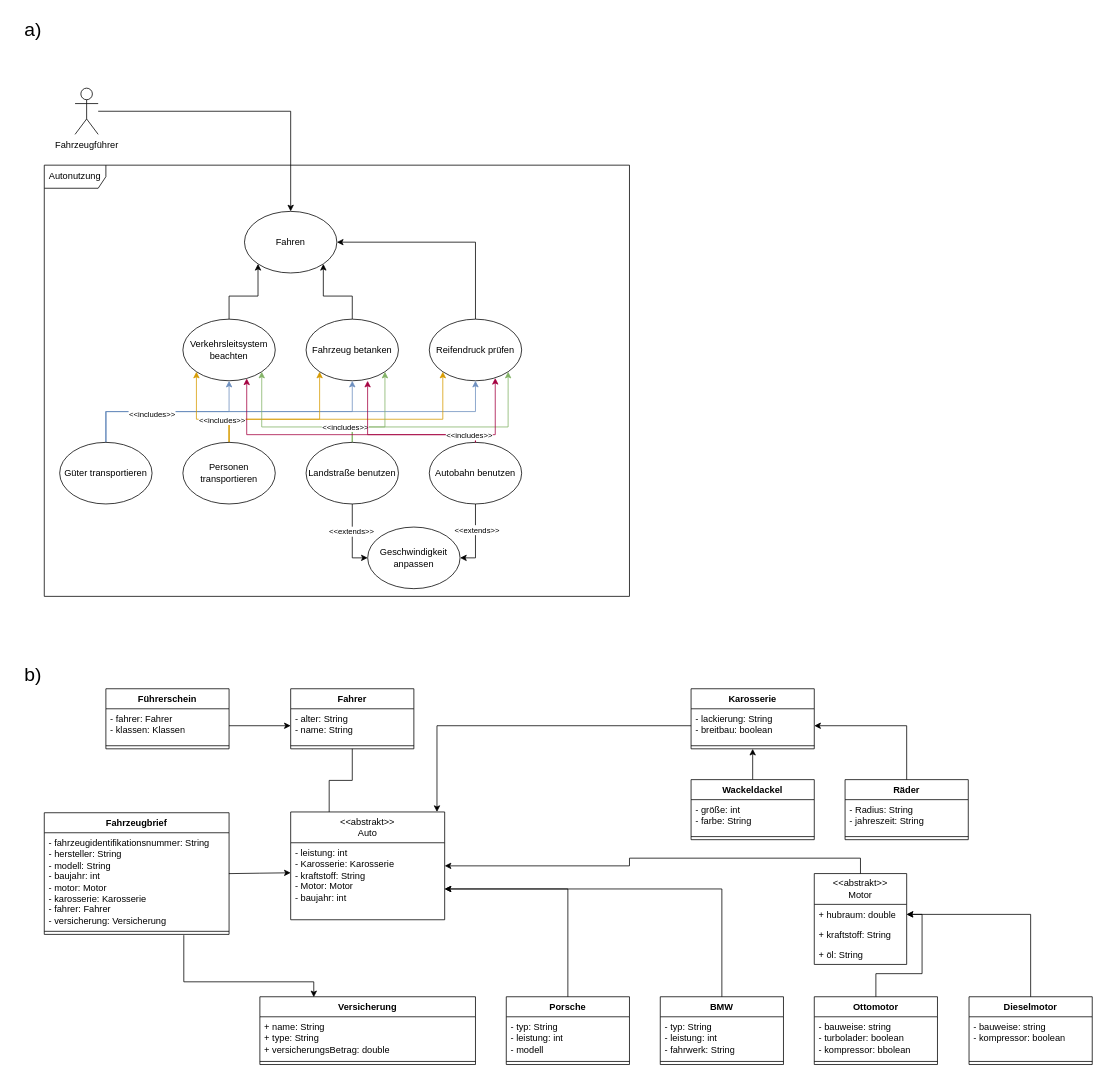
Earlier version of the draw.io diagram 06-09 Anwendungsfalldiagramm und Aktivitätsdiagramm/Aufgabe07/Aufgabe07.drawio (R4Tobi/modellierung). Source tidied: cells renumbered, new cells numbered last; positions are measured from the earlier drawing's top-left corner, leaving out a move shared by most shapes. Both pictures are drawn from the tidied source at 77%, with x=0, y=0 at pixel (13, 13).
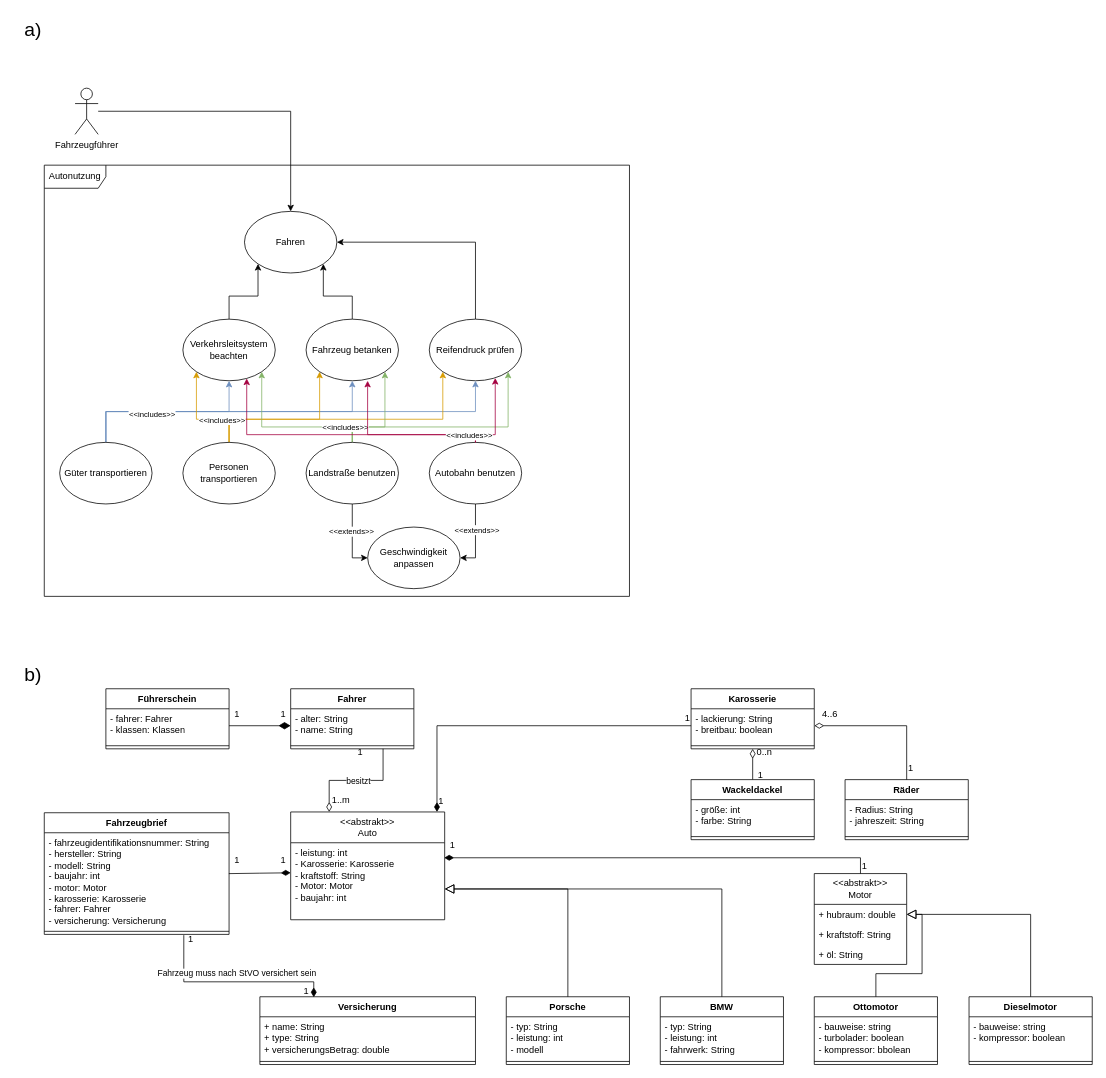
The same page after the edit.

Unchanged cells that the change refers to:
```xml
<mxCell id="43" value="- fahrzeugidentifikationsnummer: String&lt;br&gt;- hersteller: String&lt;br&gt;- modell: String&lt;br&gt;- baujahr: int&lt;br&gt;- motor: Motor&lt;br&gt;- karosserie: Karosserie&lt;br&gt;- fahrer: Fahrer&lt;br&gt;- versicherung: Versicherung   " style="text;strokeColor=none;fillColor=none;align=left;verticalAlign=top;spacingLeft=4;spacingRight=4;overflow=hidden;points=[[0,0.5],[1,0.5]];portConstraint=eastwest;whiteSpace=wrap;html=1;" parent="42" vertex="1">
  <mxGeometry y="26" width="240" height="124" as="geometry" />
</mxCell>
<mxCell id="45" value="Porsche" style="swimlane;fontStyle=1;align=center;verticalAlign=top;horizontal=1;startSize=26;whiteSpace=wrap;html=1;" parent="1" vertex="1">
  <mxGeometry x="640" y="1277" width="160" height="88" as="geometry" />
</mxCell>
<mxCell id="49" value="- fahrer: Fahrer&lt;br&gt;- klassen: Klassen" style="text;strokeColor=none;fillColor=none;align=left;verticalAlign=top;spacingLeft=4;spacingRight=4;overflow=hidden;points=[[0,0.5],[1,0.5]];portConstraint=eastwest;whiteSpace=wrap;html=1;" parent="48" vertex="1">
  <mxGeometry y="26" width="160" height="44" as="geometry" />
</mxCell>
<mxCell id="51" value="BMW" style="swimlane;fontStyle=1;align=center;verticalAlign=top;horizontal=1;startSize=26;whiteSpace=wrap;html=1;" parent="1" vertex="1">
  <mxGeometry x="840" y="1277" width="160" height="88" as="geometry" />
</mxCell>
<mxCell id="58" value="&amp;lt;&amp;lt;abstrakt&amp;gt;&amp;gt;&lt;br&gt;Auto" style="swimlane;fontStyle=0;horizontal=1;startSize=40;fillColor=none;whiteSpace=wrap;html=1;" parent="1" vertex="1">
  <mxGeometry x="360" y="1037" width="200" height="140" as="geometry" />
</mxCell>
<mxCell id="59" value="- leistung: int&lt;br&gt;- Karosserie: Karosserie&lt;br&gt;- kraftstoff: String&lt;br&gt;- Motor: Motor&lt;br&gt;- baujahr: int" style="text;strokeColor=none;fillColor=none;align=left;verticalAlign=top;spacingLeft=4;spacingRight=4;overflow=hidden;points=[[0,0.5],[1,0.5]];portConstraint=eastwest;whiteSpace=wrap;html=1;" parent="58" vertex="1">
  <mxGeometry y="40" width="200" height="100" as="geometry" />
</mxCell>
<mxCell id="60" value="&amp;lt;&amp;lt;abstrakt&amp;gt;&amp;gt;&lt;br&gt;Motor" style="swimlane;fontStyle=0;horizontal=1;startSize=40;fillColor=none;whiteSpace=wrap;html=1;" parent="1" vertex="1">
  <mxGeometry x="1040" y="1117" width="120" height="118" as="geometry" />
</mxCell>
<mxCell id="61" value="+ hubraum: double" style="text;strokeColor=none;fillColor=none;align=left;verticalAlign=top;spacingLeft=4;spacingRight=4;overflow=hidden;points=[[0,0.5],[1,0.5]];portConstraint=eastwest;whiteSpace=wrap;html=1;" parent="60" vertex="1">
  <mxGeometry y="40" width="120" height="26" as="geometry" />
</mxCell>
<mxCell id="64" value="Ottomotor" style="swimlane;fontStyle=1;align=center;verticalAlign=top;horizontal=1;startSize=26;whiteSpace=wrap;html=1;" parent="1" vertex="1">
  <mxGeometry x="1040" y="1277" width="160" height="88" as="geometry" />
</mxCell>
<mxCell id="67" value="Dieselmotor" style="swimlane;fontStyle=1;align=center;verticalAlign=top;horizontal=1;startSize=26;whiteSpace=wrap;html=1;" parent="1" vertex="1">
  <mxGeometry x="1241" y="1277" width="160" height="88" as="geometry" />
</mxCell>
<mxCell id="71" value="Karosserie" style="swimlane;fontStyle=1;align=center;verticalAlign=top;horizontal=1;startSize=26;whiteSpace=wrap;html=1;" parent="1" vertex="1">
  <mxGeometry x="880" y="877" width="160" height="78" as="geometry" />
</mxCell>
<mxCell id="72" value="- lackierung: String&lt;br&gt;- breitbau: boolean" style="text;strokeColor=none;fillColor=none;align=left;verticalAlign=top;spacingLeft=4;spacingRight=4;overflow=hidden;points=[[0,0.5],[1,0.5]];portConstraint=eastwest;whiteSpace=wrap;html=1;" parent="71" vertex="1">
  <mxGeometry y="26" width="160" height="44" as="geometry" />
</mxCell>
<mxCell id="74" value="Wackeldackel" style="swimlane;fontStyle=1;align=center;verticalAlign=top;horizontal=1;startSize=26;whiteSpace=wrap;html=1;" parent="1" vertex="1">
  <mxGeometry x="880" y="995" width="160" height="78" as="geometry" />
</mxCell>
<mxCell id="77" value="Räder" style="swimlane;fontStyle=1;align=center;verticalAlign=top;horizontal=1;startSize=26;whiteSpace=wrap;html=1;" parent="1" vertex="1">
  <mxGeometry x="1080" y="995" width="160" height="78" as="geometry" />
</mxCell>
<mxCell id="81" value="Fahrer" style="swimlane;fontStyle=1;align=center;verticalAlign=top;horizontal=1;startSize=26;whiteSpace=wrap;html=1;" parent="1" vertex="1">
  <mxGeometry x="360" y="877" width="160" height="78" as="geometry" />
</mxCell>
<mxCell id="82" value="- alter: String&lt;br&gt;- name: String" style="text;strokeColor=none;fillColor=none;align=left;verticalAlign=top;spacingLeft=4;spacingRight=4;overflow=hidden;points=[[0,0.5],[1,0.5]];portConstraint=eastwest;whiteSpace=wrap;html=1;" parent="81" vertex="1">
  <mxGeometry y="26" width="160" height="44" as="geometry" />
</mxCell>
```

Diff of the diagram source:
```diff
@@
-    <mxCell id="54" style="edgeStyle=orthogonalEdgeStyle;rounded=0;jettySize=auto;html=1;entryX=0;entryY=0.5;entryDx=0;entryDy=0;startArrow=classic;startFill=1;endArrow=none;endFill=0;" parent="1" edge="1" source="58" target="72">
+    <mxCell id="54" style="edgeStyle=orthogonalEdgeStyle;rounded=0;jettySize=auto;html=1;entryX=0;entryY=0.5;entryDx=0;entryDy=0;startArrow=diamondThin;startFill=1;endArrow=none;endFill=0;startSize=10;" parent="1" edge="1" source="58" target="72">
       <mxGeometry relative="1" as="geometry">
         <Array as="points">
           <mxPoint x="550" y="925" />
         </Array>
       </mxGeometry>
     </mxCell>
-    <mxCell id="55" style="edgeStyle=orthogonalEdgeStyle;rounded=0;jettySize=auto;html=1;entryX=0.5;entryY=0;entryDx=0;entryDy=0;startArrow=classic;startFill=1;endArrow=none;endFill=0;" parent="1" edge="1" source="58" target="45">
+    <mxCell id="55" style="edgeStyle=orthogonalEdgeStyle;rounded=0;jettySize=auto;html=1;entryX=0.5;entryY=0;entryDx=0;entryDy=0;startArrow=block;startFill=0;endArrow=none;endFill=0;endSize=11;startSize=10;" parent="1" edge="1" source="58" target="45">
       <mxGeometry relative="1" as="geometry">
         <Array as="points">
           <mxPoint x="720" y="1137" />
         </Array>
       </mxGeometry>
     </mxCell>
-    <mxCell id="56" style="edgeStyle=orthogonalEdgeStyle;rounded=0;jettySize=auto;html=1;entryX=0.5;entryY=0;entryDx=0;entryDy=0;endArrow=none;endFill=0;startArrow=classic;startFill=1;" parent="1" edge="1" source="58" target="51">
+    <mxCell id="56" style="edgeStyle=orthogonalEdgeStyle;rounded=0;jettySize=auto;html=1;entryX=0.5;entryY=0;entryDx=0;entryDy=0;endArrow=none;endFill=0;startArrow=block;startFill=0;endSize=11;startSize=10;" parent="1" edge="1" source="58" target="51">
       <mxGeometry relative="1" as="geometry">
         <Array as="points">
           <mxPoint x="920" y="1137" />
         </Array>
       </mxGeometry>
     </mxCell>
-    <mxCell id="57" style="edgeStyle=orthogonalEdgeStyle;rounded=0;jettySize=auto;html=1;entryX=0.5;entryY=0;entryDx=0;entryDy=0;startArrow=classic;startFill=1;endArrow=none;endFill=0;" parent="1" edge="1" source="58" target="60">
+    <mxCell id="57" style="edgeStyle=orthogonalEdgeStyle;rounded=0;jettySize=auto;html=1;entryX=0.5;entryY=0;entryDx=0;entryDy=0;startArrow=diamondThin;startFill=1;endArrow=none;endFill=0;exitX=0.997;exitY=0.195;exitDx=0;exitDy=0;exitPerimeter=0;endSize=10;startSize=10;" parent="1" edge="1" source="59" target="60">
       <mxGeometry relative="1" as="geometry" />
     </mxCell>
@@
-    <mxCell id="70" style="edgeStyle=orthogonalEdgeStyle;rounded=0;jettySize=auto;html=1;entryX=0.5;entryY=0;entryDx=0;entryDy=0;startArrow=classic;startFill=1;endArrow=none;endFill=0;" parent="1" edge="1" source="71" target="74">
+    <mxCell id="70" style="edgeStyle=orthogonalEdgeStyle;rounded=0;jettySize=auto;html=1;entryX=0.5;entryY=0;entryDx=0;entryDy=0;startArrow=diamondThin;startFill=0;endArrow=none;endFill=0;startSize=10;" parent="1" edge="1" source="71" target="74">
       <mxGeometry relative="1" as="geometry" />
     </mxCell>
@@
-    <mxCell id="80" style="edgeStyle=orthogonalEdgeStyle;rounded=0;jettySize=auto;html=1;entryX=0.25;entryY=0;entryDx=0;entryDy=0;endArrow=none;endFill=0;" parent="1" edge="1" source="81" target="58">
+    <mxCell id="80" style="edgeStyle=orthogonalEdgeStyle;rounded=0;jettySize=auto;html=1;entryX=0.25;entryY=0;entryDx=0;entryDy=0;endArrow=diamondThin;endFill=0;startArrow=none;startFill=0;endSize=10;exitX=0.75;exitY=1;exitDx=0;exitDy=0;" parent="1" edge="1" source="81" target="58">
       <mxGeometry relative="1" as="geometry" />
     </mxCell>
+    <mxCell id="90" value="besitzt" style="edgeLabel;html=1;align=center;verticalAlign=middle;" parent="80" vertex="1">
+      <mxGeometry x="-0.02" relative="1" as="geometry" />
+    </mxCell>
@@
-    <mxCell id="84" style="edgeStyle=orthogonalEdgeStyle;rounded=0;jettySize=auto;html=1;entryX=1;entryY=0.5;entryDx=0;entryDy=0;startArrow=classic;startFill=1;endArrow=none;endFill=0;" parent="1" edge="1" source="82" target="49">
+    <mxCell id="84" style="edgeStyle=orthogonalEdgeStyle;rounded=0;jettySize=auto;html=1;entryX=1;entryY=0.5;entryDx=0;entryDy=0;startArrow=diamondThin;startFill=1;endArrow=none;endFill=0;sourcePerimeterSpacing=0;startSize=13;" parent="1" edge="1" source="82" target="49">
       <mxGeometry relative="1" as="geometry" />
     </mxCell>
-    <mxCell id="85" style="edgeStyle=orthogonalEdgeStyle;rounded=0;jettySize=auto;html=1;entryX=0.999;entryY=0.428;entryDx=0;entryDy=0;exitX=0;exitY=0.5;exitDx=0;exitDy=0;entryPerimeter=0;startArrow=classic;startFill=1;endArrow=none;endFill=0;" parent="1" edge="1" target="43">
+    <mxCell id="85" style="edgeStyle=orthogonalEdgeStyle;rounded=0;jettySize=auto;html=1;entryX=0.999;entryY=0.428;entryDx=0;entryDy=0;exitX=0;exitY=0.5;exitDx=0;exitDy=0;entryPerimeter=0;startArrow=diamondThin;startFill=1;endArrow=none;endFill=0;startSize=10;" parent="1" edge="1" target="43">
       <mxGeometry relative="1" as="geometry">
         <mxPoint x="360" y="1116" as="sourcePoint" />
       </mxGeometry>
     </mxCell>
-    <mxCell id="86" style="edgeStyle=orthogonalEdgeStyle;rounded=0;orthogonalLoop=1;jettySize=auto;html=1;entryX=0.25;entryY=0;entryDx=0;entryDy=0;exitX=0.755;exitY=1.047;exitDx=0;exitDy=0;exitPerimeter=0;" parent="1" edge="1">
+    <mxCell id="86" style="edgeStyle=orthogonalEdgeStyle;rounded=0;orthogonalLoop=1;jettySize=auto;html=1;entryX=0.25;entryY=0;entryDx=0;entryDy=0;exitX=0.755;exitY=1.047;exitDx=0;exitDy=0;exitPerimeter=0;startArrow=none;startFill=0;endArrow=diamondThin;endFill=1;endSize=10;" parent="1" edge="1">
       <mxGeometry relative="1" as="geometry">
         <mxPoint x="221.2" y="1197" as="sourcePoint" />
         <mxPoint x="390" y="1277.6" as="targetPoint" />
         <Array as="points">
           <mxPoint x="221" y="1257.6" />
           <mxPoint x="390" y="1257.6" />
         </Array>
       </mxGeometry>
     </mxCell>
+    <mxCell id="91" value="Fahrzeug muss nach StVO versichert sein" style="edgeLabel;html=1;align=center;verticalAlign=middle;" parent="86" vertex="1">
+      <mxGeometry x="-0.11" y="1" relative="1" as="geometry">
+        <mxPoint x="18" y="-10" as="offset" />
+      </mxGeometry>
+    </mxCell>
-    <mxCell id="87" style="edgeStyle=orthogonalEdgeStyle;rounded=0;jettySize=auto;html=1;entryX=0.5;entryY=0;entryDx=0;entryDy=0;endArrow=none;endFill=0;startArrow=classic;startFill=1;" parent="1" edge="1" source="72" target="77">
+    <mxCell id="87" style="edgeStyle=orthogonalEdgeStyle;rounded=0;jettySize=auto;html=1;entryX=0.5;entryY=0;entryDx=0;entryDy=0;endArrow=none;endFill=0;startArrow=diamondThin;startFill=0;endSize=9;startSize=10;" parent="1" edge="1" source="72" target="77">
       <mxGeometry relative="1" as="geometry" />
     </mxCell>
-    <mxCell id="88" style="edgeStyle=orthogonalEdgeStyle;rounded=0;jettySize=auto;html=1;entryX=0.5;entryY=0;entryDx=0;entryDy=0;endArrow=none;endFill=0;startArrow=classic;startFill=1;" parent="1" edge="1" source="61" target="67">
+    <mxCell id="88" style="edgeStyle=orthogonalEdgeStyle;rounded=0;jettySize=auto;html=1;entryX=0.5;entryY=0;entryDx=0;entryDy=0;endArrow=none;endFill=0;startArrow=block;startFill=0;startSize=10;" parent="1" edge="1" source="61" target="67">
       <mxGeometry relative="1" as="geometry" />
     </mxCell>
-    <mxCell id="89" style="edgeStyle=orthogonalEdgeStyle;rounded=0;jettySize=auto;html=1;entryX=0.5;entryY=0;entryDx=0;entryDy=0;startArrow=classic;startFill=1;endArrow=none;endFill=0;" parent="1" edge="1" source="61" target="64">
+    <mxCell id="89" style="edgeStyle=orthogonalEdgeStyle;rounded=0;jettySize=auto;html=1;entryX=0.5;entryY=0;entryDx=0;entryDy=0;startArrow=block;startFill=0;endArrow=none;endFill=0;startSize=10;" parent="1" edge="1" source="61" target="64">
       <mxGeometry relative="1" as="geometry">
         <Array as="points">
           <mxPoint x="1180" y="1170" />
           <mxPoint x="1180" y="1247" />
           <mxPoint x="1120" y="1247" />
         </Array>
       </mxGeometry>
     </mxCell>
+    <mxCell id="92" value="1" style="text;html=1;align=center;verticalAlign=middle;strokeColor=none;fillColor=none;" parent="1" vertex="1">
+      <mxGeometry x="335" y="895" width="30" height="30" as="geometry" />
+    </mxCell>
+    <mxCell id="93" value="1" style="text;html=1;align=center;verticalAlign=middle;strokeColor=none;fillColor=none;" parent="1" vertex="1">
+      <mxGeometry x="275" y="895" width="30" height="30" as="geometry" />
+    </mxCell>
+    <mxCell id="94" value="1" style="text;html=1;align=center;verticalAlign=middle;strokeColor=none;fillColor=none;" parent="1" vertex="1">
+      <mxGeometry x="435" y="945" width="30" height="30" as="geometry" />
+    </mxCell>
+    <mxCell id="95" value="1..m" style="text;html=1;align=center;verticalAlign=middle;strokeColor=none;fillColor=none;" parent="1" vertex="1">
+      <mxGeometry x="400" y="1007" width="50" height="30" as="geometry" />
+    </mxCell>
+    <mxCell id="96" value="1" style="text;html=1;align=center;verticalAlign=middle;strokeColor=none;fillColor=none;" parent="1" vertex="1">
+      <mxGeometry x="275" y="1085" width="30" height="30" as="geometry" />
+    </mxCell>
+    <mxCell id="97" value="1" style="text;html=1;align=center;verticalAlign=middle;strokeColor=none;fillColor=none;" parent="1" vertex="1">
+      <mxGeometry x="335" y="1085" width="30" height="30" as="geometry" />
+    </mxCell>
+    <mxCell id="98" value="1" style="text;html=1;align=center;verticalAlign=middle;strokeColor=none;fillColor=none;" parent="1" vertex="1">
+      <mxGeometry x="215" y="1187" width="30" height="30" as="geometry" />
+    </mxCell>
+    <mxCell id="99" value="1" style="text;html=1;align=center;verticalAlign=middle;strokeColor=none;fillColor=none;" parent="1" vertex="1">
+      <mxGeometry x="365" y="1255" width="30" height="30" as="geometry" />
+    </mxCell>
+    <mxCell id="100" value="1" style="text;html=1;align=center;verticalAlign=middle;strokeColor=none;fillColor=none;" parent="1" vertex="1">
+      <mxGeometry x="555" y="1065" width="30" height="30" as="geometry" />
+    </mxCell>
+    <mxCell id="101" value="1" style="text;html=1;align=center;verticalAlign=middle;strokeColor=none;fillColor=none;" parent="1" vertex="1">
+      <mxGeometry x="1090" y="1092" width="30" height="30" as="geometry" />
+    </mxCell>
+    <mxCell id="102" value="1" style="text;html=1;align=center;verticalAlign=middle;strokeColor=none;fillColor=none;" parent="1" vertex="1">
+      <mxGeometry x="540" y="1008" width="30" height="30" as="geometry" />
+    </mxCell>
+    <mxCell id="103" value="1" style="text;html=1;align=center;verticalAlign=middle;strokeColor=none;fillColor=none;" parent="1" vertex="1">
+      <mxGeometry x="860" y="901" width="30" height="30" as="geometry" />
+    </mxCell>
+    <mxCell id="104" value="4..6" style="text;html=1;align=center;verticalAlign=middle;strokeColor=none;fillColor=none;" parent="1" vertex="1">
+      <mxGeometry x="1040" y="895" width="40" height="30" as="geometry" />
+    </mxCell>
+    <mxCell id="105" value="1" style="text;html=1;align=center;verticalAlign=middle;strokeColor=none;fillColor=none;" parent="1" vertex="1">
+      <mxGeometry x="1150" y="965" width="30" height="30" as="geometry" />
+    </mxCell>
+    <mxCell id="106" value="1" style="text;html=1;align=center;verticalAlign=middle;strokeColor=none;fillColor=none;" parent="1" vertex="1">
+      <mxGeometry x="955" y="975" width="30" height="30" as="geometry" />
+    </mxCell>
+    <mxCell id="107" value="0..n" style="text;html=1;align=center;verticalAlign=middle;strokeColor=none;fillColor=none;" parent="1" vertex="1">
+      <mxGeometry x="955" y="945" width="40" height="30" as="geometry" />
+    </mxCell>
```
